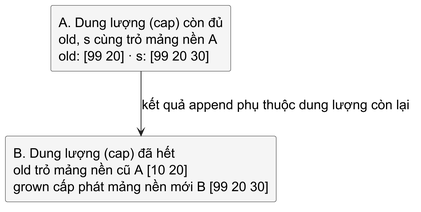
The PlantUML diagram assets/diagrams/append-storage.png in Minhlike/Golang, before a commit.
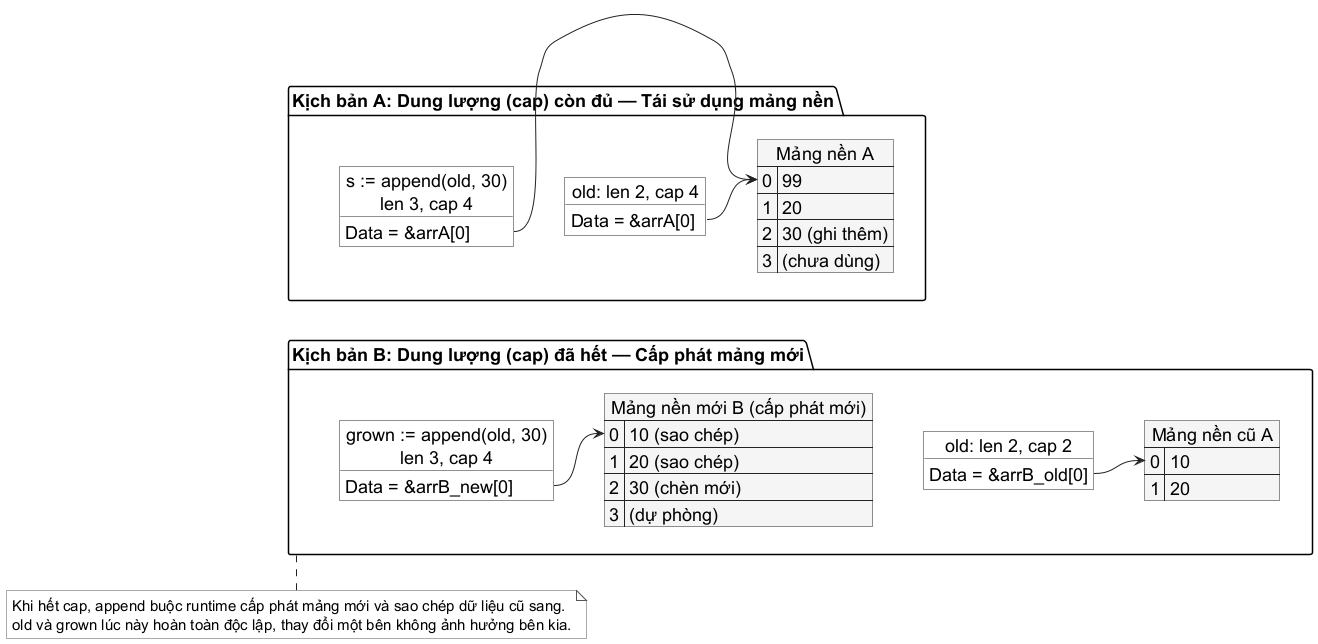
The same file after the commit.

Change to the diagram source:
```diff
@@ -1,24 +1,70 @@
 @startuml
-skinparamlocked dpi 300
 skinparam backgroundColor white
 skinparam shadowing false
-skinparam note {
-  BackgroundColor #F5F5F5
-  BorderColor #777777
-  FontColor #000000
-}
 skinparam defaultFontName "Source Sans 3"
-skinparam defaultFontSize 17
+skinparam defaultFontSize 18
 skinparam defaultFontColor #000000
-skinparam rectangle {
+skinparam arrowColor #222222
+skinparam map {
   BackgroundColor #F5F5F5
   BorderColor #222222
   FontColor #000000
-  RoundCorner 5
 }
-skinparam arrowColor #222222
+skinparam object {
+  BackgroundColor #FFFFFF
+  BorderColor #222222
+  FontColor #000000
+}
+skinparam note {
+  BackgroundColor #FFFFFF
+  BorderColor #555555
+  FontColor #000000
+  FontSize 15
+}
 top to bottom direction
-rectangle "A. Dung lượng (cap) còn đủ\nold, s cùng trỏ mảng nền A\nold: [99 20] · s: [99 20 30]" as reuse
-rectangle "B. Dung lượng (cap) đã hết\nold trỏ mảng nền cũ A [10 20]\ngrown cấp phát mảng nền mới B [99 20 30]" as allocate
-reuse -down-> allocate : kết quả append phụ thuộc dung lượng còn lại
+
+package "Kịch bản A: Dung lượng (cap) còn đủ — Tái sử dụng mảng nền" as scenA {
+  object "old: len 2, cap 4" as oldA {
+    Data = &arrA[0]
+  }
+  object "s := append(old, 30)\nlen 3, cap 4" as sA {
+    Data = &arrA[0]
+  }
+  map "Mảng nền A" as arrA {
+    0 => 99
+    1 => 20
+    2 => 30 (ghi thêm)
+    3 => (chưa dùng)
+  }
+  oldA::Data -right-> arrA::0
+  sA::Data -right-> arrA::0
+}
+
+package "Kịch bản B: Dung lượng (cap) đã hết — Cấp phát mảng mới" as scenB {
+  object "old: len 2, cap 2" as oldB {
+    Data = &arrB_old[0]
+  }
+  object "grown := append(old, 30)\nlen 3, cap 4" as grownB {
+    Data = &arrB_new[0]
+  }
+  map "Mảng nền cũ A" as arrB_old {
+    0 => 10
+    1 => 20
+  }
+  map "Mảng nền mới B (cấp phát mới)" as arrB_new {
+    0 => 10 (sao chép)
+    1 => 20 (sao chép)
+    2 => 30 (chèn mới)
+    3 => (dự phòng)
+  }
+  oldB::Data -right-> arrB_old::0
+  grownB::Data -right-> arrB_new::0
+}
+
+scenA -[hidden]down-> scenB
+
+note bottom of scenB
+  Khi hết cap, append buộc runtime cấp phát mảng mới và sao chép dữ liệu cũ sang.
+  old và grown lúc này hoàn toàn độc lập, thay đổi một bên không ảnh hưởng bên kia.
+end note
 @enduml
```
